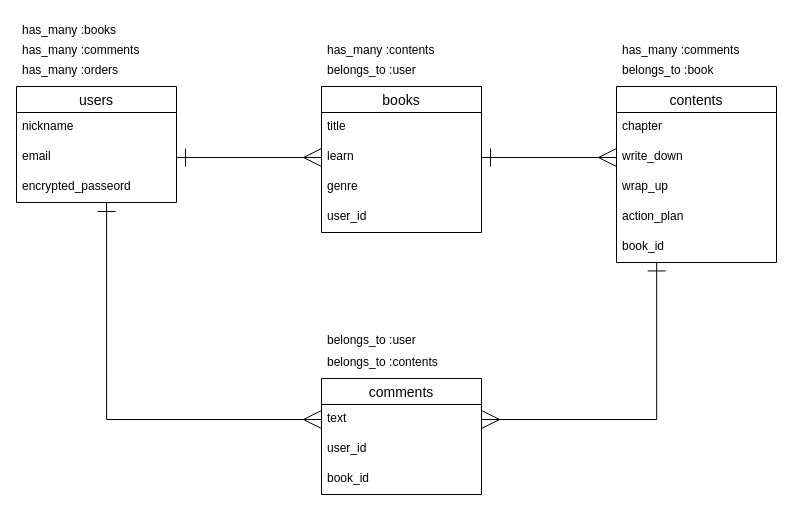
Before: readme.dio in shimazaki-koji/reading_book_app, a draw.io diagram. Source tidied: cells renumbered, new cells numbered last; positions are measured from the earlier drawing's top-left corner, leaving out a move shared by most shapes. Both pictures are drawn from the tidied source at 100%, with x=0, y=0 at pixel (16, 16).
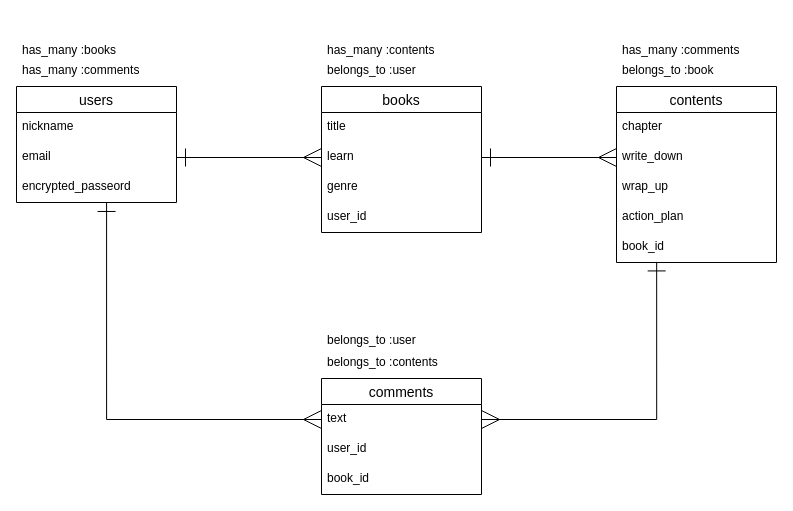
Above is the later version.

The edit, as a diff of the source:
```diff
@@
-    <mxCell id="25" value="has_many :orders" style="text;strokeColor=none;fillColor=none;spacingLeft=4;spacingRight=4;overflow=hidden;fontSize=12;" parent="1" vertex="1">
-      <mxGeometry y="40" width="110" height="30" as="geometry" />
-    </mxCell>
     <mxCell id="26" value="has_many :comments" style="text;strokeColor=none;fillColor=none;spacingLeft=4;spacingRight=4;overflow=hidden;fontSize=12;" parent="1" vertex="1">
-      <mxGeometry y="20" width="140" height="30" as="geometry" />
+      <mxGeometry y="40" width="140" height="30" as="geometry" />
     </mxCell>
     <mxCell id="27" value="has_many :books" style="text;strokeColor=none;fillColor=none;spacingLeft=4;spacingRight=4;overflow=hidden;fontSize=12;" parent="1" vertex="1">
-      <mxGeometry width="130" height="30" as="geometry" />
+      <mxGeometry y="20" width="130" height="30" as="geometry" />
     </mxCell>
```
